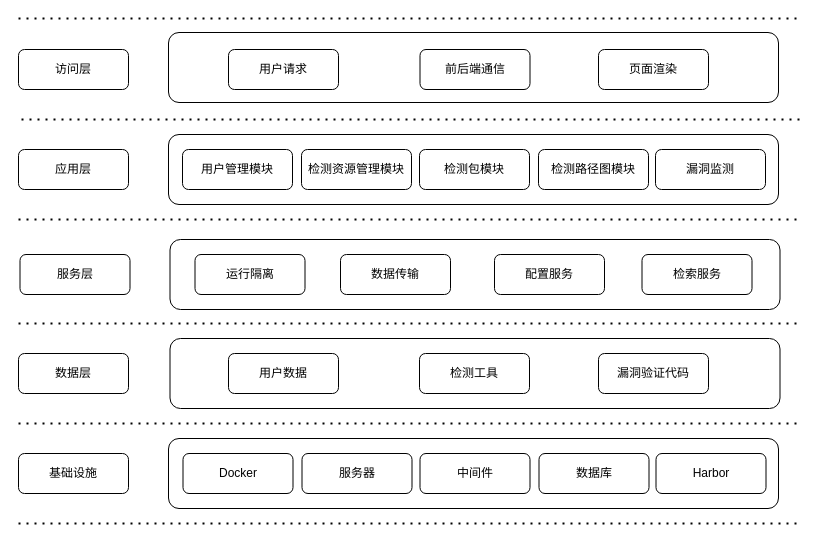
Above: 部署结构图.drawio in Niujieheng/GitHub_Jul (draw.io), before the change. Source tidied: cells renumbered, new cells numbered last; positions are measured from the earlier drawing's top-left corner, leaving out a move shared by most shapes. Both pictures are drawn from the tidied source at 100%, with x=0, y=0 at pixel (18, 18).
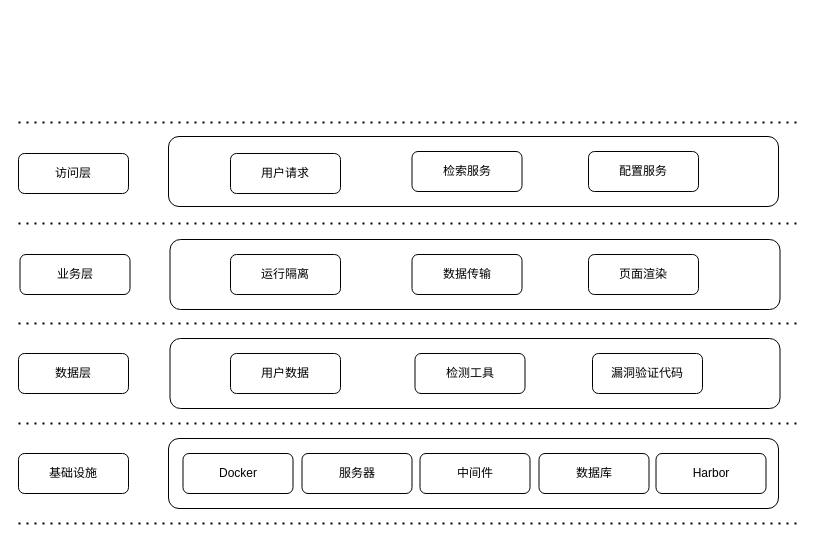
The same page after the edit.

Commit message:
更新部署结构图.drawio

Change to the diagram source:
```diff
@@
+    <mxCell id="32" style="rounded=1;whiteSpace=wrap;html=1;" parent="1" vertex="1">
+      <mxGeometry x="151.5" y="221" width="610" height="70" as="geometry" />
+    </mxCell>
@@
-    <mxCell id="4" style="rounded=1;whiteSpace=wrap;html=1;" parent="1" vertex="1">
-      <mxGeometry x="150" y="116" width="610" height="70" as="geometry" />
-    </mxCell>
     <mxCell id="5" style="rounded=1;whiteSpace=wrap;html=1;" parent="1" vertex="1">
-      <mxGeometry x="150" y="14" width="610" height="70" as="geometry" />
+      <mxGeometry x="150" y="118" width="610" height="70" as="geometry" />
     </mxCell>
     <mxCell id="6" value="访问层" style="rounded=1;whiteSpace=wrap;html=1;" parent="1" vertex="1">
-      <mxGeometry y="31" width="110" height="40" as="geometry" />
+      <mxGeometry y="135" width="110" height="40" as="geometry" />
     </mxCell>
-    <mxCell id="7" value="应用层" style="rounded=1;whiteSpace=wrap;html=1;" parent="1" vertex="1">
-      <mxGeometry y="131" width="110" height="40" as="geometry" />
-    </mxCell>
@@
     <mxCell id="10" value="用户请求" style="rounded=1;whiteSpace=wrap;html=1;" parent="1" vertex="1">
-      <mxGeometry x="210" y="31" width="110" height="40" as="geometry" />
+      <mxGeometry x="212" y="135" width="110" height="40" as="geometry" />
     </mxCell>
-    <mxCell id="11" value="前后端通信" style="rounded=1;whiteSpace=wrap;html=1;" parent="1" vertex="1">
-      <mxGeometry x="401.5" y="31" width="110" height="40" as="geometry" />
-    </mxCell>
     <mxCell id="12" value="页面渲染" style="rounded=1;whiteSpace=wrap;html=1;" parent="1" vertex="1">
-      <mxGeometry x="580" y="31" width="110" height="40" as="geometry" />
+      <mxGeometry x="570" y="236" width="110" height="40" as="geometry" />
     </mxCell>
-    <mxCell id="13" value="用户管理模块" style="rounded=1;whiteSpace=wrap;html=1;" parent="1" vertex="1">
-      <mxGeometry x="164" y="131" width="110" height="40" as="geometry" />
-    </mxCell>
-    <mxCell id="14" value="检测资源管理模块" style="rounded=1;whiteSpace=wrap;html=1;" parent="1" vertex="1">
-      <mxGeometry x="283" y="131" width="110" height="40" as="geometry" />
-    </mxCell>
-    <mxCell id="15" value="检测包模块" style="rounded=1;whiteSpace=wrap;html=1;" parent="1" vertex="1">
-      <mxGeometry x="401" y="131" width="110" height="40" as="geometry" />
-    </mxCell>
-    <mxCell id="16" value="检测路径图模块" style="rounded=1;whiteSpace=wrap;html=1;" parent="1" vertex="1">
-      <mxGeometry x="520" y="131" width="110" height="40" as="geometry" />
-    </mxCell>
-    <mxCell id="17" value="漏洞监测" style="rounded=1;whiteSpace=wrap;html=1;" parent="1" vertex="1">
-      <mxGeometry x="637" y="131" width="110" height="40" as="geometry" />
-    </mxCell>
     <mxCell id="18" value="用户数据" style="rounded=1;whiteSpace=wrap;html=1;" parent="1" vertex="1">
-      <mxGeometry x="210" y="335" width="110" height="40" as="geometry" />
+      <mxGeometry x="212" y="335" width="110" height="40" as="geometry" />
     </mxCell>
     <mxCell id="19" value="检测工具" style="rounded=1;whiteSpace=wrap;html=1;" parent="1" vertex="1">
-      <mxGeometry x="401" y="335" width="110" height="40" as="geometry" />
+      <mxGeometry x="396.5" y="335" width="110" height="40" as="geometry" />
     </mxCell>
     <mxCell id="20" value="漏洞验证代码" style="rounded=1;whiteSpace=wrap;html=1;" parent="1" vertex="1">
-      <mxGeometry x="580" y="335" width="110" height="40" as="geometry" />
+      <mxGeometry x="574" y="335" width="110" height="40" as="geometry" />
     </mxCell>
@@
     <mxCell id="26" style="endArrow=none;dashed=1;html=1;dashPattern=1 3;strokeWidth=2;rounded=0;" parent="1" edge="1">
       <mxGeometry relative="1" as="geometry">
-        <mxPoint as="sourcePoint" />
-        <mxPoint x="780" as="targetPoint" />
+        <mxPoint y="104" as="sourcePoint" />
+        <mxPoint x="780" y="104" as="targetPoint" />
       </mxGeometry>
     </mxCell>
-    <mxCell id="27" style="endArrow=none;dashed=1;html=1;dashPattern=1 3;strokeWidth=2;rounded=0;" parent="1" edge="1">
-      <mxGeometry relative="1" as="geometry">
-        <mxPoint x="3" y="101" as="sourcePoint" />
-        <mxPoint x="783" y="101" as="targetPoint" />
-      </mxGeometry>
-    </mxCell>
@@
     <mxCell id="31" style="endArrow=none;dashed=1;html=1;dashPattern=1 3;strokeWidth=2;rounded=0;" parent="1" edge="1">
       <mxGeometry relative="1" as="geometry">
-        <mxPoint y="201" as="sourcePoint" />
-        <mxPoint x="780" y="201" as="targetPoint" />
+        <mxPoint y="205" as="sourcePoint" />
+        <mxPoint x="780" y="205" as="targetPoint" />
       </mxGeometry>
     </mxCell>
-    <mxCell id="32" style="rounded=1;whiteSpace=wrap;html=1;" parent="1" vertex="1">
-      <mxGeometry x="151.5" y="221" width="610" height="70" as="geometry" />
-    </mxCell>
-    <mxCell id="33" value="服务层" style="rounded=1;whiteSpace=wrap;html=1;" parent="1" vertex="1">
+    <mxCell id="33" value="业务层" style="rounded=1;whiteSpace=wrap;html=1;" parent="1" vertex="1">
       <mxGeometry x="1.5" y="236" width="110" height="40" as="geometry" />
     </mxCell>
     <mxCell id="34" value="运行隔离" style="rounded=1;whiteSpace=wrap;html=1;" parent="1" vertex="1">
-      <mxGeometry x="176.5" y="236" width="110" height="40" as="geometry" />
+      <mxGeometry x="212" y="236" width="110" height="40" as="geometry" />
     </mxCell>
     <mxCell id="35" value="数据传输" style="rounded=1;whiteSpace=wrap;html=1;" parent="1" vertex="1">
-      <mxGeometry x="322" y="236" width="110" height="40" as="geometry" />
+      <mxGeometry x="393.5" y="236" width="110" height="40" as="geometry" />
     </mxCell>
     <mxCell id="36" value="配置服务" style="rounded=1;whiteSpace=wrap;html=1;" parent="1" vertex="1">
-      <mxGeometry x="476" y="236" width="110" height="40" as="geometry" />
+      <mxGeometry x="570" y="133" width="110" height="40" as="geometry" />
     </mxCell>
     <mxCell id="37" value="检索服务" style="rounded=1;whiteSpace=wrap;html=1;" parent="1" vertex="1">
-      <mxGeometry x="623.5" y="236" width="110" height="40" as="geometry" />
+      <mxGeometry x="393.5" y="133" width="110" height="40" as="geometry" />
     </mxCell>
```
